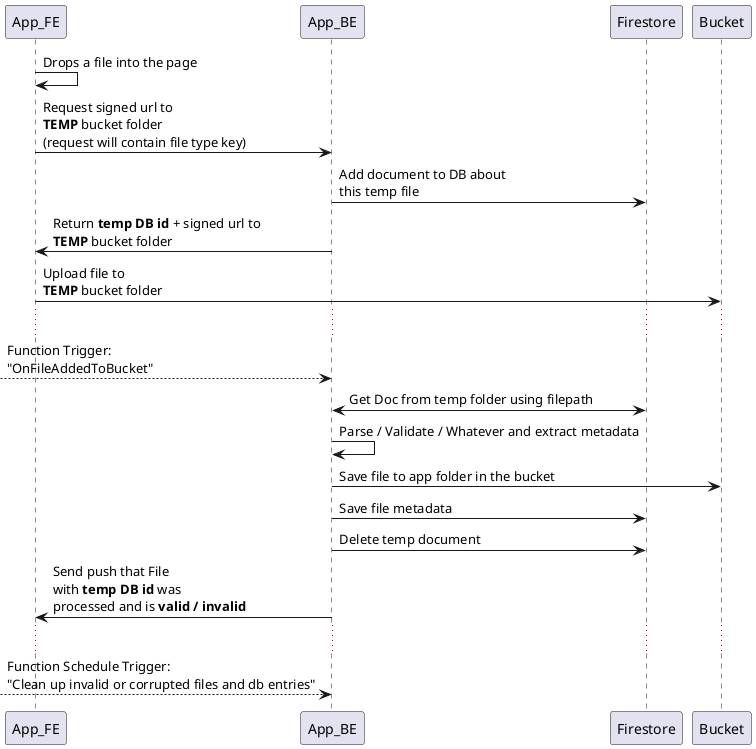
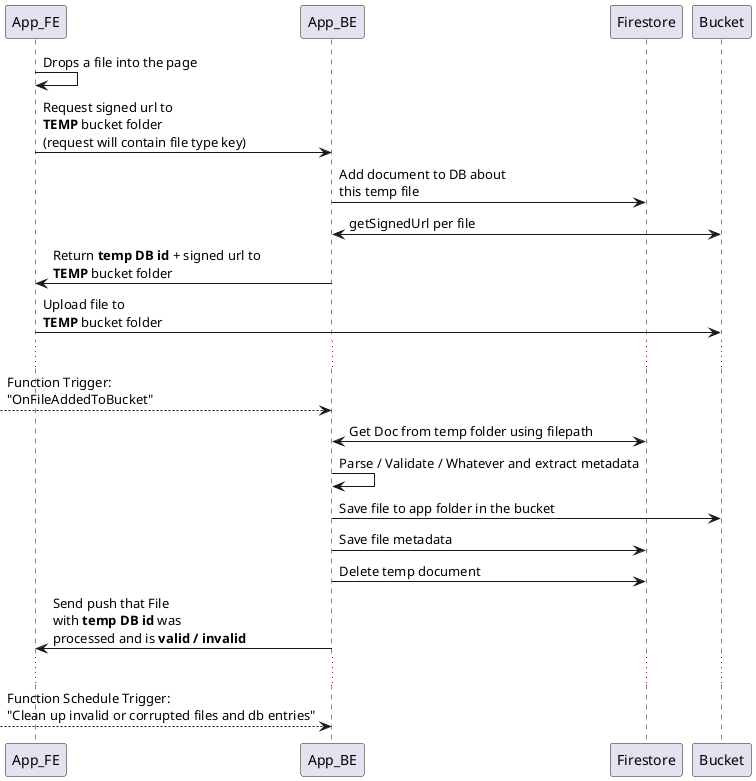
@startuml
participant App_FE
participant App_BE
participant Firestore as DB
participant Bucket


App_FE->App_FE: Drops a file into the page
App_FE -> App_BE: Request signed url to \n<b>TEMP</b> bucket folder\n(request will contain file type key)
App_BE -> DB: Add document to DB about\nthis temp file
+ App_BE <-> Bucket: getSignedUrl per file
App_BE -> App_FE: Return <b>temp DB id</b> + signed url to\n<b>TEMP</b> bucket folder
App_FE -> Bucket: Upload file to\n<b>TEMP</b> bucket folder
...
--> App_BE: Function Trigger:\n"OnFileAddedToBucket"

DB <-> App_BE: Get Doc from temp folder using filepath
App_BE -> App_BE: Parse / Validate / Whatever and extract metadata
App_BE -> Bucket: Save file to app folder in the bucket
App_BE -> DB: Save file metadata
App_BE -> DB: Delete temp document
App_BE -> App_FE: Send push that File\nwith <b>temp DB id</b> was\nprocessed and is <b>valid / invalid</b>

...
--> App_BE: Function Schedule Trigger:\n"Clean up invalid or corrupted files and db entries"
@enduml